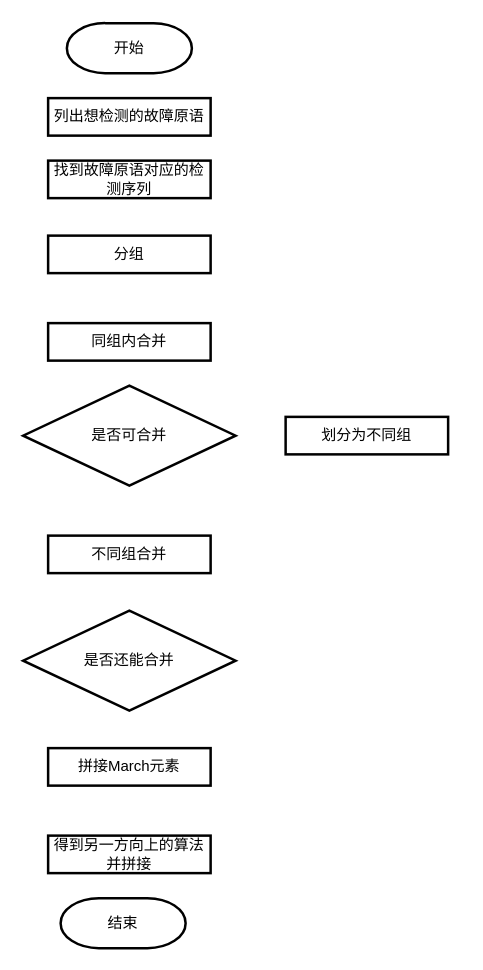
This is doc/generation.drawio from shanshan-lu/homwork, a draw.io file, before an edit. Source tidied: cells renumbered, new cells numbered last; positions are measured from the earlier drawing's top-left corner, leaving out a move shared by most shapes. Both pictures are drawn from the tidied source at 125%, with x=0, y=0 at pixel (22, 22).
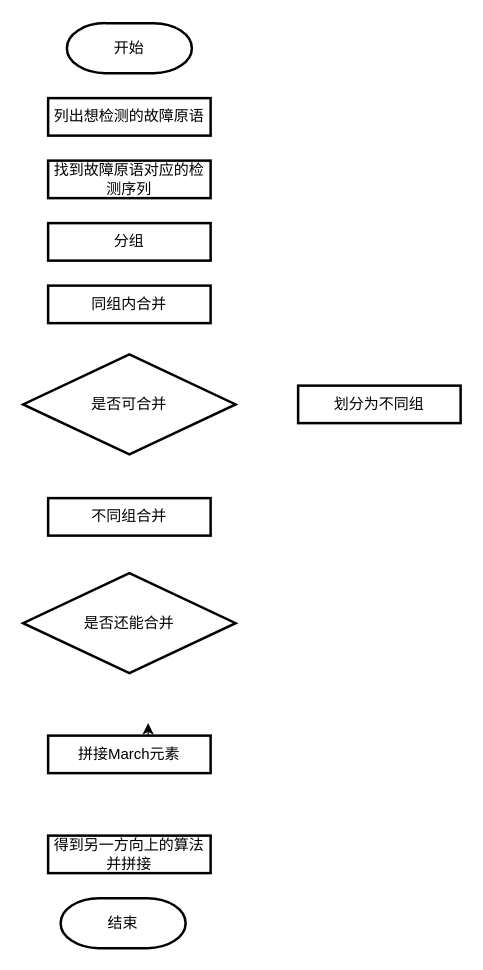
After the change.

Change to the diagram source:
```diff
@@
 <mxGraphModel>
   <root>
     <mxCell id="0" />
     <mxCell id="1" parent="0" />
     <mxCell id="2" value="开始" style="strokeWidth=2;html=1;shape=mxgraph.flowchart.terminator;whiteSpace=wrap;" parent="1" vertex="1">
       <mxGeometry x="35" width="100" height="40" as="geometry" />
     </mxCell>
     <mxCell id="3" value="列出想检测的故障原语" style="rounded=0;whiteSpace=wrap;html=1;strokeWidth=2;" parent="1" vertex="1">
       <mxGeometry x="20" y="60" width="130" height="30" as="geometry" />
     </mxCell>
     <mxCell id="4" value="找到故障原语对应的检测序列" style="rounded=0;whiteSpace=wrap;html=1;strokeWidth=2;" parent="1" vertex="1">
       <mxGeometry x="20" y="110" width="130" height="30" as="geometry" />
     </mxCell>
     <mxCell id="5" value="分组" style="rounded=0;whiteSpace=wrap;html=1;strokeWidth=2;" parent="1" vertex="1">
-      <mxGeometry x="20" y="170" width="130" height="30" as="geometry" />
+      <mxGeometry x="20" y="160" width="130" height="30" as="geometry" />
     </mxCell>
     <mxCell id="6" value="是否可合并" style="rhombus;whiteSpace=wrap;html=1;strokeWidth=2;" parent="1" vertex="1">
-      <mxGeometry y="290" width="170" height="80" as="geometry" />
+      <mxGeometry y="265" width="170" height="80" as="geometry" />
     </mxCell>
     <mxCell id="7" value="同组内合并" style="rounded=0;whiteSpace=wrap;html=1;strokeWidth=2;" parent="1" vertex="1">
-      <mxGeometry x="20" y="240" width="130" height="30" as="geometry" />
+      <mxGeometry x="20" y="210" width="130" height="30" as="geometry" />
     </mxCell>
     <mxCell id="8" value="划分为不同组" style="rounded=0;whiteSpace=wrap;html=1;strokeWidth=2;" parent="1" vertex="1">
-      <mxGeometry x="210" y="315" width="130" height="30" as="geometry" />
+      <mxGeometry x="220" y="290" width="130" height="30" as="geometry" />
     </mxCell>
     <mxCell id="9" value="不同组合并" style="rounded=0;whiteSpace=wrap;html=1;strokeWidth=2;" parent="1" vertex="1">
-      <mxGeometry x="20" y="410" width="130" height="30" as="geometry" />
+      <mxGeometry x="20" y="380" width="130" height="30" as="geometry" />
     </mxCell>
     <mxCell id="10" value="是否还能合并" style="rhombus;whiteSpace=wrap;html=1;strokeWidth=2;" parent="1" vertex="1">
-      <mxGeometry y="470" width="170" height="80" as="geometry" />
+      <mxGeometry y="440" width="170" height="80" as="geometry" />
     </mxCell>
+    <mxCell id="14" style="edgeStyle=orthogonalEdgeStyle;rounded=0;jettySize=auto;html=1;exitX=0.5;exitY=0;exitDx=0;exitDy=0;" parent="1" edge="1" source="11">
+      <mxGeometry relative="1" as="geometry">
+        <mxPoint x="100" y="560" as="targetPoint" />
+      </mxGeometry>
+    </mxCell>
     <mxCell id="11" value="拼接March元素" style="rounded=0;whiteSpace=wrap;html=1;strokeWidth=2;" parent="1" vertex="1">
-      <mxGeometry x="20" y="580" width="130" height="30" as="geometry" />
+      <mxGeometry x="20" y="570" width="130" height="30" as="geometry" />
     </mxCell>
     <mxCell id="12" value="得到另一方向上的算法并拼接" style="rounded=0;whiteSpace=wrap;html=1;strokeWidth=2;" parent="1" vertex="1">
       <mxGeometry x="20" y="650" width="130" height="30" as="geometry" />
     </mxCell>
     <mxCell id="13" value="结束" style="strokeWidth=2;html=1;shape=mxgraph.flowchart.terminator;whiteSpace=wrap;" parent="1" vertex="1">
       <mxGeometry x="30" y="700" width="100" height="40" as="geometry" />
     </mxCell>
   </root>
 </mxGraphModel>
```
